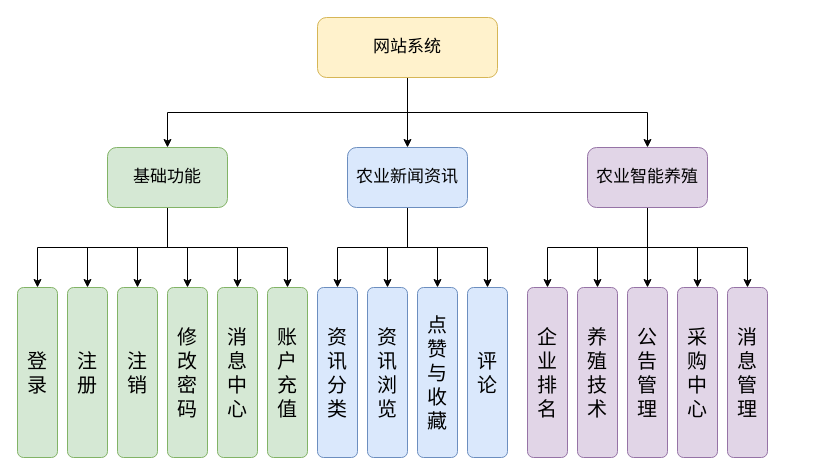
This is 10-农业大数据.drawio from redcomet88/DRAW, a draw.io file, before an edit. Source tidied: cells renumbered, new cells numbered last; positions are measured from the earlier drawing's top-left corner, leaving out a move shared by most shapes. Both pictures are drawn from the tidied source at 100%, with x=0, y=0 at pixel (17, 17).
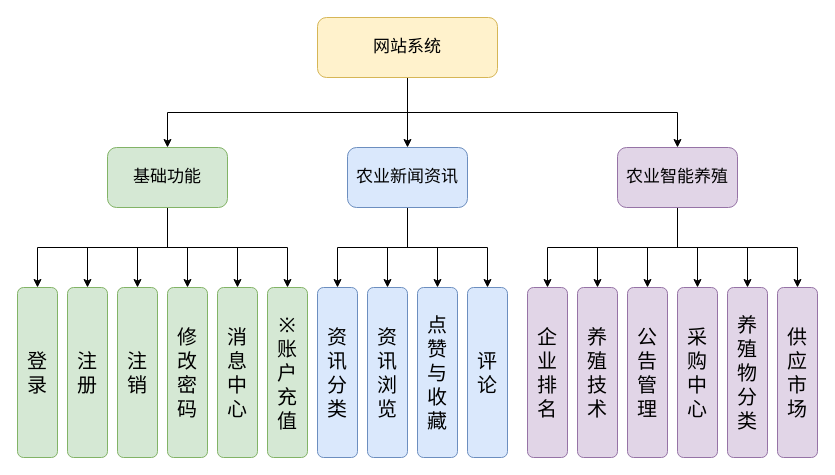
After the change.

Commit message (it also covers changes not shown here):
Update 10-农业大数据.drawio

The edit, as a diff of the source:
```diff
@@
+    <mxCell id="39" style="edgeStyle=orthogonalEdgeStyle;rounded=0;jettySize=auto;html=1;exitX=0.5;exitY=1;exitDx=0;exitDy=0;entryX=0.5;entryY=0;entryDx=0;entryDy=0;shadow=0;" parent="1" edge="1" source="23" target="40">
+      <mxGeometry relative="1" as="geometry" />
+    </mxCell>
     <mxCell id="23" value="农业智能养殖" style="rounded=1;whiteSpace=wrap;html=1;fontFamily=Times New Roman;fontSize=17;shadow=0;sketch=0;fillColor=#e1d5e7;strokeColor=#9673a6;" parent="1" vertex="1">
-      <mxGeometry x="570" y="130" width="120" height="60" as="geometry" />
+      <mxGeometry x="600" y="130" width="120" height="60" as="geometry" />
     </mxCell>
@@
-    <mxCell id="37" value="消息管理" style="rounded=1;verticalAlign=middle;horizontal=1;whiteSpace=wrap;html=1;fontSize=20;shadow=0;fillColor=#e1d5e7;strokeColor=#9673a6;" parent="1" vertex="1">
+    <mxCell id="37" value="养殖物分类" style="rounded=1;verticalAlign=middle;horizontal=1;whiteSpace=wrap;html=1;fontSize=20;shadow=0;fillColor=#e1d5e7;strokeColor=#9673a6;" parent="1" vertex="1">
       <mxGeometry x="710" y="270" width="40" height="170" as="geometry" />
     </mxCell>
-    <mxCell id="38" value="账户充值" style="rounded=1;verticalAlign=middle;horizontal=1;whiteSpace=wrap;html=1;fontSize=20;shadow=0;fillColor=#d5e8d4;strokeColor=#82b366;" parent="1" vertex="1">
+    <mxCell id="38" value="※&lt;br&gt;账户充值" style="rounded=1;verticalAlign=middle;horizontal=1;whiteSpace=wrap;html=1;fontSize=20;shadow=0;fillColor=#d5e8d4;strokeColor=#82b366;" parent="1" vertex="1">
       <mxGeometry x="250" y="270" width="40" height="170" as="geometry" />
     </mxCell>
+    <mxCell id="40" value="供应市场" style="rounded=1;verticalAlign=middle;horizontal=1;whiteSpace=wrap;html=1;fontSize=20;shadow=0;fillColor=#e1d5e7;strokeColor=#9673a6;" parent="1" vertex="1">
+      <mxGeometry x="760" y="270" width="40" height="170" as="geometry" />
+    </mxCell>
```
